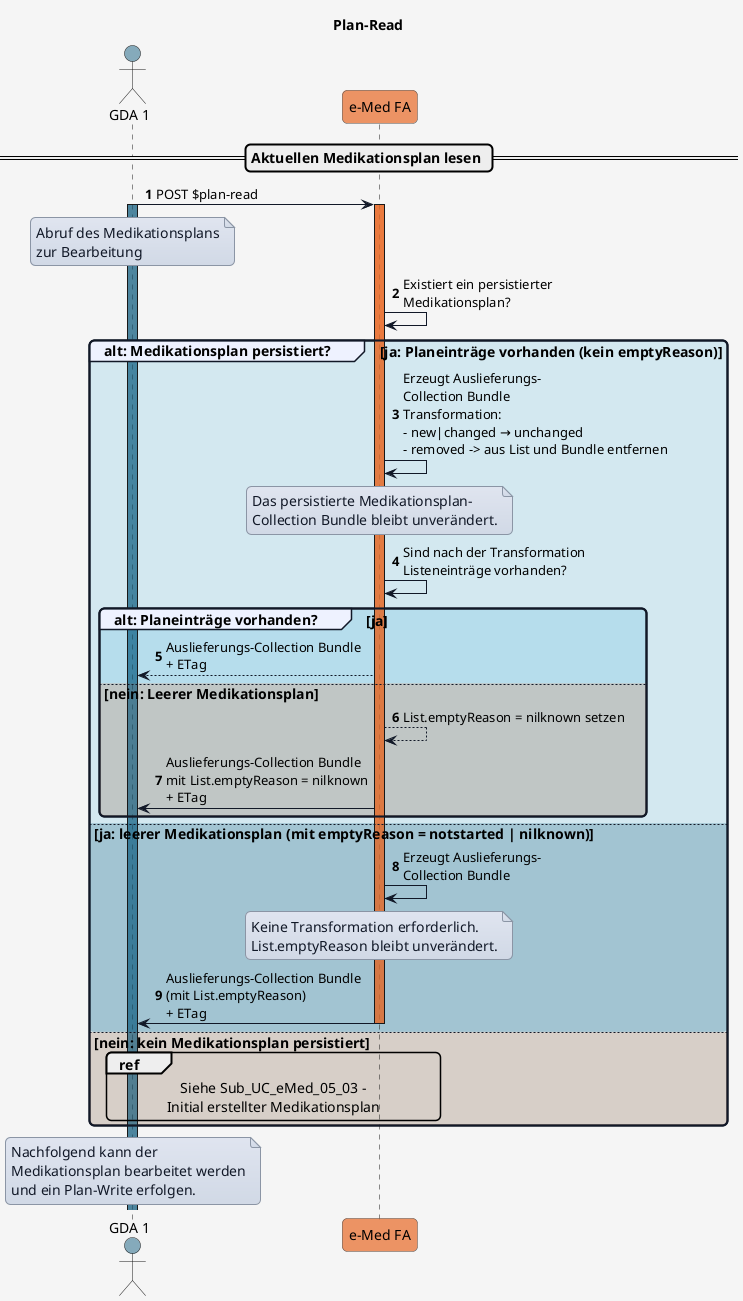
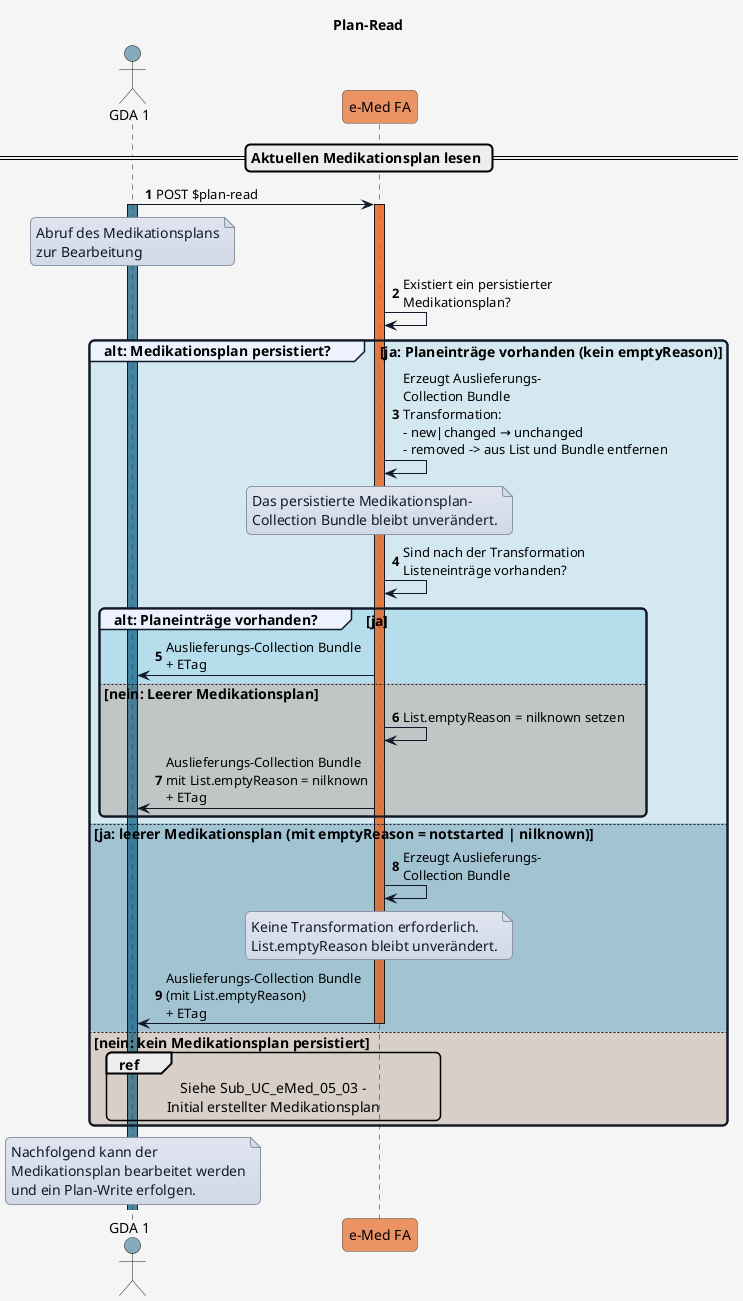
@startuml
title Plan-Read

'skinparam actorStyle awesome

skinparam borderColor #000000
skinparam backgroundColor #f5f5f5
skinparam shadowing false
skinparam roundCorner 10
skinparam defaultFontName "Arial"
skinparam defaultFontSize 14
skinparam defaultFontColor #000000
skinparam HyperlinkColor #0000EE
skinparam HyperlinkUnderline false
skinparam BoxPadding 20
skinparam BoxBorderColor #555555

skinparam note {
  BackgroundColor #e0e5f0-#d1d9e6
  BorderColor #8b95a5
  BorderThickness 1
  RoundCorner 0
  Padding 6
  FontColor #111827
  Shadowing false
}

skinparam sequence {
  ParticipantBorderColor #555555
  ParticipantBackgroundColor #ffffff
  ParticipantFontColor #000000
  ParticipantFontSize 14
  ParticipantPadding 20
  ArrowColor #111827
  ArrowThickness 1
  ArrowFontColor #000000
  ArrowFontSize 13
  GroupBorderColor #111827
  GroupBackgroundColor #eef2ff
  GroupBorderThickness 2
}

!define COLOR_GDA_1    #15608280
!define COLOR_GDA_2    #96607D80
!define COLOR_PATIENT  #196B2480
!define COLOR_APO      #0F9ED590
!define COLOR_EMED_FA  #e97232bd
!define COLOR_E_REZEPT #cd3732a9

!define COLOR_OK       #0F9ED525
!define COLOR_OK_2     #34738d4e
!define COLOR_ERROR    #E9713235

actor GDA_1 as "GDA 1" COLOR_GDA_1
participant eMed_FA as "e-Med FA" COLOR_EMED_FA


autonumber

== Aktuellen Medikationsplan lesen ==

GDA_1 -> eMed_FA: POST $plan-read
activate GDA_1 COLOR_GDA_1

note over GDA_1
Abruf des Medikationsplans
zur Bearbeitung
end note

activate eMed_FA COLOR_EMED_FA
eMed_FA -> eMed_FA: Existiert ein persistierter\nMedikationsplan?

group COLOR_OK alt: Medikationsplan persistiert? [ja: Planeinträge vorhanden (kein emptyReason)]
  eMed_FA -> eMed_FA: Erzeugt Auslieferungs-\nCollection Bundle\nTransformation:\n- new|changed → unchanged\n- removed -> aus List und Bundle entfernen
  note over eMed_FA
  Das persistierte Medikationsplan-
  Collection Bundle bleibt unverändert.
  end note
  eMed_FA -> eMed_FA: Sind nach der Transformation\nListeneinträge vorhanden?

  group COLOR_OK alt: Planeinträge vorhanden? [ja]
-     eMed_FA --> GDA_1: Auslieferungs-Collection Bundle\n+ ETag
+     eMed_FA -> GDA_1: Auslieferungs-Collection Bundle\n+ ETag

  else COLOR_ERROR nein: Leerer Medikationsplan

-     eMed_FA --> eMed_FA: List.emptyReason = nilknown setzen
+     eMed_FA -> eMed_FA: List.emptyReason = nilknown setzen
    eMed_FA -> GDA_1: Auslieferungs-Collection Bundle\nmit List.emptyReason = nilknown\n+ ETag

  end

else COLOR_OK_2 ja: leerer Medikationsplan (mit emptyReason = notstarted | nilknown)

  eMed_FA -> eMed_FA: Erzeugt Auslieferungs-\nCollection Bundle
  note over eMed_FA
  Keine Transformation erforderlich.
  List.emptyReason bleibt unverändert.
  end note
  eMed_FA -> GDA_1: Auslieferungs-Collection Bundle\n(mit List.emptyReason)\n+ ETag


else COLOR_ERROR nein: kein Medikationsplan persistiert

  ref over GDA_1,eMed_FA
  Siehe Sub_UC_eMed_05_03 -
  Initial erstellter Medikationsplan
  end ref

  deactivate eMed_FA
end

note over GDA_1
Nachfolgend kann der
Medikationsplan bearbeitet werden
und ein Plan-Write erfolgen.
end note

@enduml